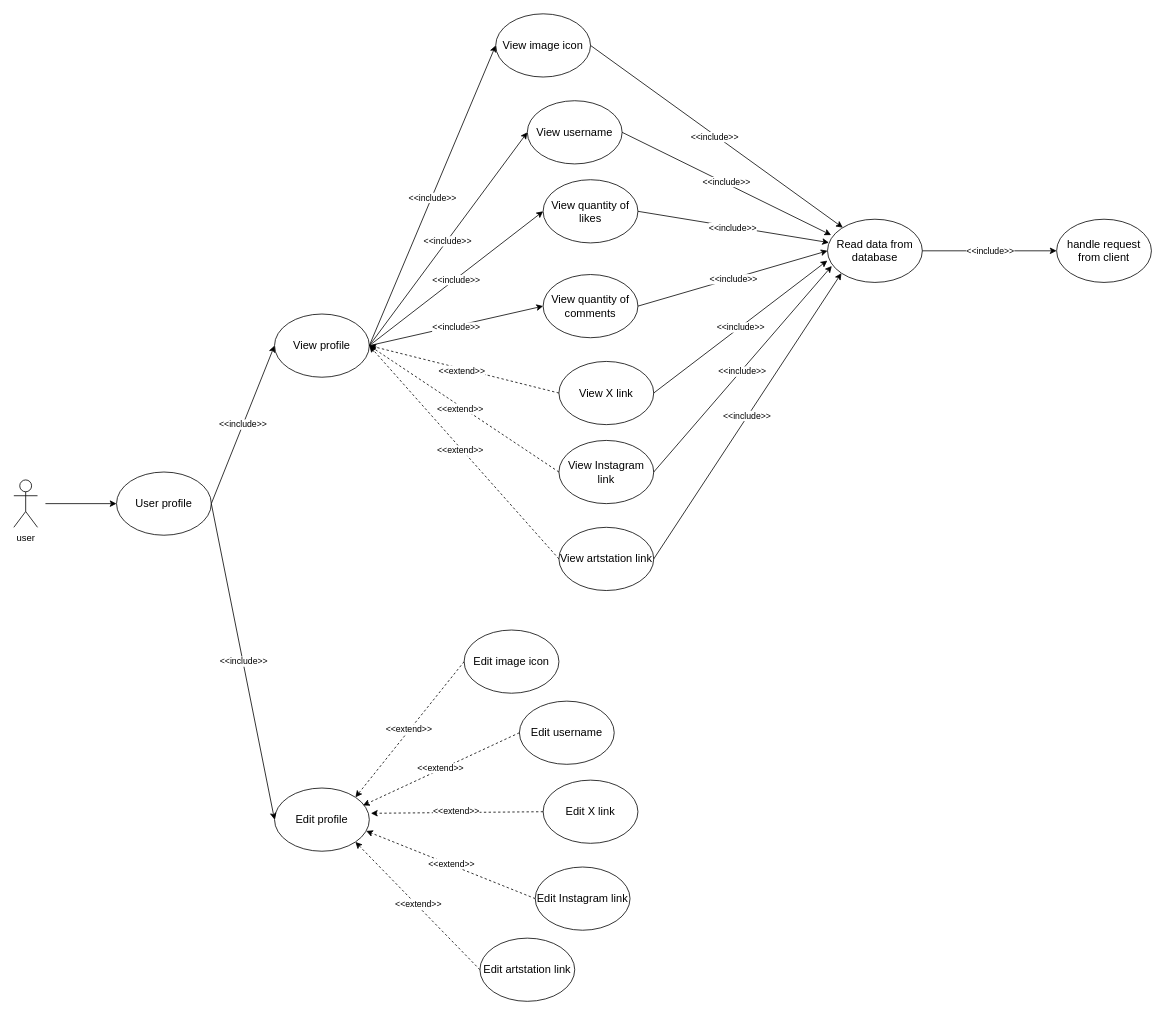
Above: page "usecase: User profile" (3 of 5) of designs/usecase.drawio in PhoenixWK/spirit-blossom (draw.io), before the change. Source tidied: cells renumbered, new cells numbered last; positions are measured from the earlier drawing's top-left corner, leaving out a move shared by most shapes. Both pictures are drawn from the tidied source at 79%, with x=0, y=0 at pixel (13, 13).
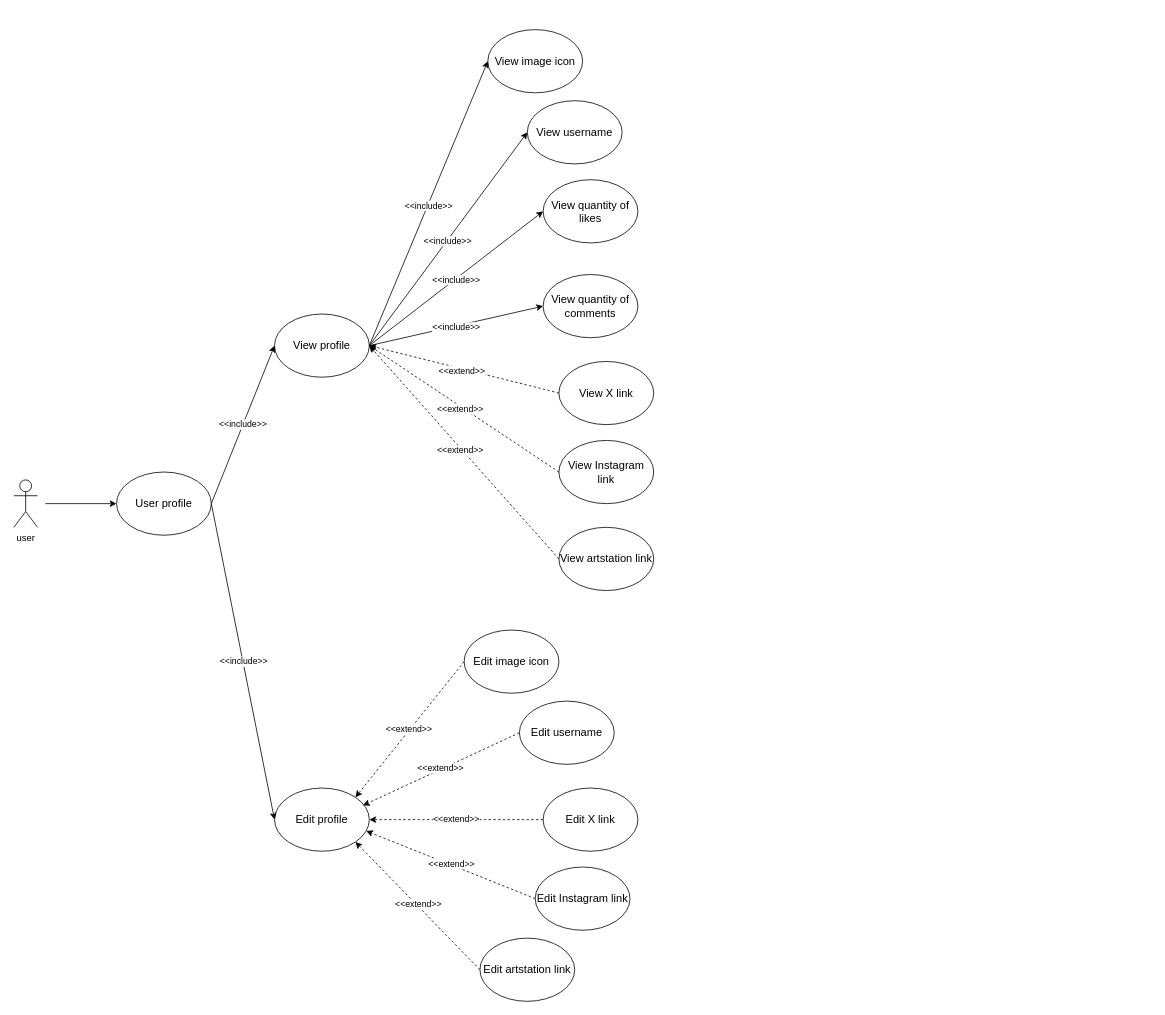
Above is the later version.

Commit message (it also covers changes not shown here):
refactor(backend: login handling: change @RequestParams to @RequestBody to handle JSON form data, refactor(frontend: login handling): remove redundant code and change header params to Json form data

Unchanged cells that the change refers to:
```xml
<mxCell id="4" value="&lt;font style=&quot;font-size: 14px;&quot;&gt;Edit profile&lt;/font&gt;" style="ellipse;whiteSpace=wrap;html=1;fillColor=default;" parent="1" vertex="1">
  <mxGeometry x="330" y="980" width="120" height="80" as="geometry" />
</mxCell>
<mxCell id="14" value="&lt;font style=&quot;font-size: 14px;&quot;&gt;View username&lt;/font&gt;" style="ellipse;whiteSpace=wrap;html=1;" parent="1" vertex="1">
  <mxGeometry x="650" y="110" width="120" height="80" as="geometry" />
</mxCell>
<mxCell id="15" value="&lt;font style=&quot;font-size: 14px;&quot;&gt;View quantity of likes&lt;/font&gt;" style="ellipse;whiteSpace=wrap;html=1;" parent="1" vertex="1">
  <mxGeometry x="670" y="210" width="120" height="80" as="geometry" />
</mxCell>
<mxCell id="16" value="&lt;font style=&quot;font-size: 14px;&quot;&gt;View quantity of comments&lt;/font&gt;" style="ellipse;whiteSpace=wrap;html=1;" parent="1" vertex="1">
  <mxGeometry x="670" y="330" width="120" height="80" as="geometry" />
</mxCell>
<mxCell id="23" value="&lt;font style=&quot;font-size: 14px;&quot;&gt;View X link&lt;/font&gt;" style="ellipse;whiteSpace=wrap;html=1;" parent="1" vertex="1">
  <mxGeometry x="690" y="440" width="120" height="80" as="geometry" />
</mxCell>
<mxCell id="24" value="&lt;font style=&quot;font-size: 14px;&quot;&gt;View Instagram link&lt;/font&gt;" style="ellipse;whiteSpace=wrap;html=1;" parent="1" vertex="1">
  <mxGeometry x="690" y="540" width="120" height="80" as="geometry" />
</mxCell>
<mxCell id="25" value="&lt;font style=&quot;font-size: 14px;&quot;&gt;View artstation link&lt;/font&gt;" style="ellipse;whiteSpace=wrap;html=1;" parent="1" vertex="1">
  <mxGeometry x="690" y="650" width="120" height="80" as="geometry" />
</mxCell>
```

The edit, as a diff of the source:
```diff
@@
     <mxCell id="11" value="&lt;font style=&quot;font-size: 14px;&quot;&gt;View image icon&lt;/font&gt;" style="ellipse;whiteSpace=wrap;html=1;" parent="1" vertex="1">
-      <mxGeometry x="610" width="120" height="80" as="geometry" />
+      <mxGeometry x="600" y="20" width="120" height="80" as="geometry" />
     </mxCell>
@@
-    <mxCell id="34" value="&lt;span style=&quot;font-size: 14px;&quot;&gt;Read data from database&lt;/span&gt;" style="ellipse;whiteSpace=wrap;html=1;" parent="1" vertex="1">
-      <mxGeometry x="1030" y="260" width="120" height="80" as="geometry" />
-    </mxCell>
-    <mxCell id="35" style="endArrow=classic;html=1;rounded=0;exitX=1;exitY=0.5;exitDx=0;exitDy=0;" parent="1" edge="1" source="11" target="34">
-      <mxGeometry relative="1" as="geometry" />
-    </mxCell>
-    <mxCell id="36" value="&amp;lt;&amp;lt;include&amp;gt;&amp;gt;" style="edgeLabel;html=1;align=center;verticalAlign=middle;" parent="35" vertex="1">
-      <mxGeometry x="-0.01" y="-2" relative="1" as="geometry" />
-    </mxCell>
-    <mxCell id="37" style="endArrow=classic;html=1;rounded=0;exitX=1;exitY=0.5;exitDx=0;exitDy=0;entryX=0.038;entryY=0.25;entryDx=0;entryDy=0;entryPerimeter=0;" parent="1" edge="1" source="14" target="34">
-      <mxGeometry relative="1" as="geometry" />
-    </mxCell>
-    <mxCell id="38" value="&amp;lt;&amp;lt;include&amp;gt;&amp;gt;" style="edgeLabel;html=1;align=center;verticalAlign=middle;" parent="37" vertex="1">
-      <mxGeometry x="-0.01" y="2" relative="1" as="geometry" />
-    </mxCell>
-    <mxCell id="39" style="endArrow=classic;html=1;rounded=0;exitX=1;exitY=0.5;exitDx=0;exitDy=0;entryX=0.015;entryY=0.37;entryDx=0;entryDy=0;entryPerimeter=0;" parent="1" edge="1" source="15" target="34">
-      <mxGeometry relative="1" as="geometry" />
-    </mxCell>
-    <mxCell id="40" value="&amp;lt;&amp;lt;include&amp;gt;&amp;gt;" style="edgeLabel;html=1;align=center;verticalAlign=middle;" parent="39" vertex="1">
-      <mxGeometry x="-0.01" y="-1" relative="1" as="geometry" />
-    </mxCell>
-    <mxCell id="41" style="endArrow=classic;html=1;rounded=0;exitX=1;exitY=0.5;exitDx=0;exitDy=0;entryX=0;entryY=0.5;entryDx=0;entryDy=0;" parent="1" edge="1" source="16" target="34">
-      <mxGeometry relative="1" as="geometry" />
-    </mxCell>
-    <mxCell id="42" value="&amp;lt;&amp;lt;include&amp;gt;&amp;gt;" style="edgeLabel;html=1;align=center;verticalAlign=middle;" parent="41" vertex="1">
-      <mxGeometry relative="1" as="geometry" />
-    </mxCell>
-    <mxCell id="43" style="endArrow=classic;html=1;rounded=0;exitX=1;exitY=0.5;exitDx=0;exitDy=0;entryX=-0.002;entryY=0.655;entryDx=0;entryDy=0;entryPerimeter=0;" parent="1" edge="1" source="23" target="34">
-      <mxGeometry relative="1" as="geometry" />
-    </mxCell>
-    <mxCell id="44" value="&amp;lt;&amp;lt;include&amp;gt;&amp;gt;" style="edgeLabel;html=1;align=center;verticalAlign=middle;" parent="43" vertex="1">
-      <mxGeometry relative="1" as="geometry" />
-    </mxCell>
-    <mxCell id="45" style="endArrow=classic;html=1;rounded=0;exitX=1;exitY=0.5;exitDx=0;exitDy=0;entryX=0.045;entryY=0.74;entryDx=0;entryDy=0;entryPerimeter=0;" parent="1" edge="1" source="24" target="34">
-      <mxGeometry relative="1" as="geometry" />
-    </mxCell>
-    <mxCell id="46" value="&amp;lt;&amp;lt;include&amp;gt;&amp;gt;" style="edgeLabel;html=1;align=center;verticalAlign=middle;" parent="45" vertex="1">
-      <mxGeometry x="-0.02" y="-1" relative="1" as="geometry" />
-    </mxCell>
-    <mxCell id="47" style="endArrow=classic;html=1;rounded=0;exitX=1;exitY=0.5;exitDx=0;exitDy=0;entryX=0;entryY=1;entryDx=0;entryDy=0;" parent="1" edge="1" source="25" target="34">
-      <mxGeometry relative="1" as="geometry" />
-    </mxCell>
-    <mxCell id="48" value="&amp;lt;&amp;lt;include&amp;gt;&amp;gt;" style="edgeLabel;html=1;align=center;verticalAlign=middle;" parent="47" vertex="1">
-      <mxGeometry y="1" relative="1" as="geometry" />
-    </mxCell>
-    <mxCell id="49" value="&lt;font style=&quot;font-size: 14px;&quot;&gt;handle request&lt;/font&gt;&lt;div&gt;&lt;font style=&quot;font-size: 14px;&quot;&gt;from client&lt;/font&gt;&lt;/div&gt;" style="ellipse;whiteSpace=wrap;html=1;" parent="1" vertex="1">
-      <mxGeometry x="1320" y="260" width="120" height="80" as="geometry" />
-    </mxCell>
-    <mxCell id="50" style="endArrow=classic;html=1;rounded=0;exitX=1;exitY=0.5;exitDx=0;exitDy=0;entryX=0;entryY=0.5;entryDx=0;entryDy=0;" parent="1" edge="1" source="34" target="49">
-      <mxGeometry relative="1" as="geometry" />
-    </mxCell>
-    <mxCell id="51" value="&amp;lt;&amp;lt;include&amp;gt;&amp;gt;" style="edgeLabel;html=1;align=center;verticalAlign=middle;" parent="50" vertex="1">
-      <mxGeometry y="1" relative="1" as="geometry" />
-    </mxCell>
     <mxCell id="52" value="&lt;font style=&quot;font-size: 14px;&quot;&gt;Edit X link&lt;/font&gt;" style="ellipse;whiteSpace=wrap;html=1;" parent="1" vertex="1">
-      <mxGeometry x="670" y="970" width="120" height="80" as="geometry" />
+      <mxGeometry x="670" y="980" width="120" height="80" as="geometry" />
     </mxCell>
@@
-    <mxCell id="59" style="endArrow=classic;html=1;rounded=0;exitX=0;exitY=0.5;exitDx=0;exitDy=0;entryX=1;entryY=0;entryDx=0;entryDy=0;dashed=1;" parent="1" edge="1" source="52">
-      <mxGeometry relative="1" as="geometry">
-        <mxPoint x="452" y="1012" as="targetPoint" />
-      </mxGeometry>
+    <mxCell id="59" style="endArrow=classic;html=1;rounded=0;exitX=0;exitY=0.5;exitDx=0;exitDy=0;entryX=1;entryY=0.5;entryDx=0;entryDy=0;dashed=1;" parent="1" edge="1" source="52" target="4">
+      <mxGeometry relative="1" as="geometry" />
     </mxCell>
```
